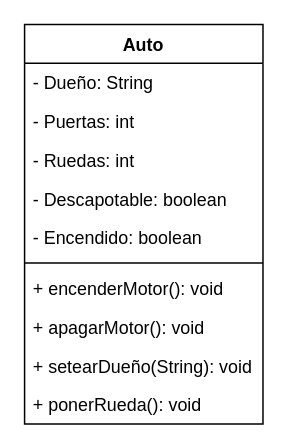
Above: Auto.drawio in locchiato/clases-poo (draw.io), before the change. Source tidied: cells renumbered, new cells numbered last; positions are measured from the earlier drawing's top-left corner, leaving out a move shared by most shapes. Both pictures are drawn from the tidied source at 149%, with x=0, y=0 at pixel (24, 24).
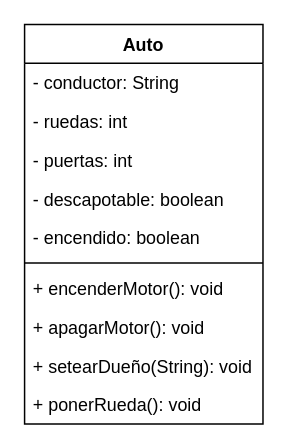
After the change.

Diff of the diagram source:
```diff
@@
 <mxGraphModel>
   <root>
     <mxCell id="0" />
     <mxCell id="1" parent="0" />
     <mxCell id="2" value="Auto" style="swimlane;fontStyle=1;align=center;verticalAlign=top;horizontal=1;startSize=26;" parent="1" vertex="1">
       <mxGeometry width="160" height="268" as="geometry" />
     </mxCell>
-    <mxCell id="3" value="- Dueño: String&#10;" style="text;strokeColor=none;fillColor=none;align=left;verticalAlign=top;spacingLeft=4;spacingRight=4;overflow=hidden;" parent="2" vertex="1">
+    <mxCell id="3" value="- conductor: String" style="text;strokeColor=none;fillColor=none;align=left;verticalAlign=top;spacingLeft=4;spacingRight=4;overflow=hidden;" parent="2" vertex="1">
       <mxGeometry y="26" width="160" height="26" as="geometry" />
     </mxCell>
+    <mxCell id="5" value="- ruedas: int" style="text;strokeColor=none;fillColor=none;align=left;verticalAlign=top;spacingLeft=4;spacingRight=4;overflow=hidden;" parent="2" vertex="1">
+      <mxGeometry y="52" width="160" height="26" as="geometry" />
+    </mxCell>
-    <mxCell id="4" value="- Puertas: int" style="text;strokeColor=none;fillColor=none;align=left;verticalAlign=top;spacingLeft=4;spacingRight=4;overflow=hidden;" parent="2" vertex="1">
-      <mxGeometry y="52" width="160" height="26" as="geometry" />
+    <mxCell id="4" value="- puertas: int" style="text;strokeColor=none;fillColor=none;align=left;verticalAlign=top;spacingLeft=4;spacingRight=4;overflow=hidden;" parent="2" vertex="1">
+      <mxGeometry y="78" width="160" height="26" as="geometry" />
     </mxCell>
-    <mxCell id="5" value="- Ruedas: int" style="text;strokeColor=none;fillColor=none;align=left;verticalAlign=top;spacingLeft=4;spacingRight=4;overflow=hidden;" parent="2" vertex="1">
-      <mxGeometry y="78" width="160" height="26" as="geometry" />
-    </mxCell>
-    <mxCell id="6" value="- Descapotable: boolean" style="text;strokeColor=none;fillColor=none;align=left;verticalAlign=top;spacingLeft=4;spacingRight=4;overflow=hidden;" parent="2" vertex="1">
+    <mxCell id="6" value="- descapotable: boolean" style="text;strokeColor=none;fillColor=none;align=left;verticalAlign=top;spacingLeft=4;spacingRight=4;overflow=hidden;" parent="2" vertex="1">
       <mxGeometry y="104" width="160" height="26" as="geometry" />
     </mxCell>
-    <mxCell id="7" value="- Encendido: boolean" style="text;strokeColor=none;fillColor=none;align=left;verticalAlign=top;spacingLeft=4;spacingRight=4;overflow=hidden;" parent="2" vertex="1">
+    <mxCell id="7" value="- encendido: boolean" style="text;strokeColor=none;fillColor=none;align=left;verticalAlign=top;spacingLeft=4;spacingRight=4;overflow=hidden;" parent="2" vertex="1">
       <mxGeometry y="130" width="160" height="26" as="geometry" />
     </mxCell>
     <mxCell id="8" style="line;strokeWidth=1;fillColor=none;align=left;verticalAlign=middle;spacingTop=-1;spacingLeft=3;spacingRight=3;labelPosition=right;" parent="2" vertex="1">
       <mxGeometry y="156" width="160" height="8" as="geometry" />
     </mxCell>
     <mxCell id="9" value="+ encenderMotor(): void" style="text;strokeColor=none;fillColor=none;align=left;verticalAlign=top;spacingLeft=4;spacingRight=4;overflow=hidden;" parent="2" vertex="1">
       <mxGeometry y="164" width="160" height="26" as="geometry" />
     </mxCell>
     <mxCell id="10" value="+ apagarMotor(): void" style="text;strokeColor=none;fillColor=none;align=left;verticalAlign=top;spacingLeft=4;spacingRight=4;overflow=hidden;" parent="2" vertex="1">
       <mxGeometry y="190" width="160" height="26" as="geometry" />
     </mxCell>
     <mxCell id="11" value="+ setearDueño(String): void" style="text;strokeColor=none;fillColor=none;align=left;verticalAlign=top;spacingLeft=4;spacingRight=4;overflow=hidden;" parent="2" vertex="1">
       <mxGeometry y="216" width="160" height="26" as="geometry" />
     </mxCell>
     <mxCell id="12" value="+ ponerRueda(): void" style="text;strokeColor=none;fillColor=none;align=left;verticalAlign=top;spacingLeft=4;spacingRight=4;overflow=hidden;" parent="2" vertex="1">
       <mxGeometry y="242" width="160" height="26" as="geometry" />
     </mxCell>
   </root>
 </mxGraphModel>
```
